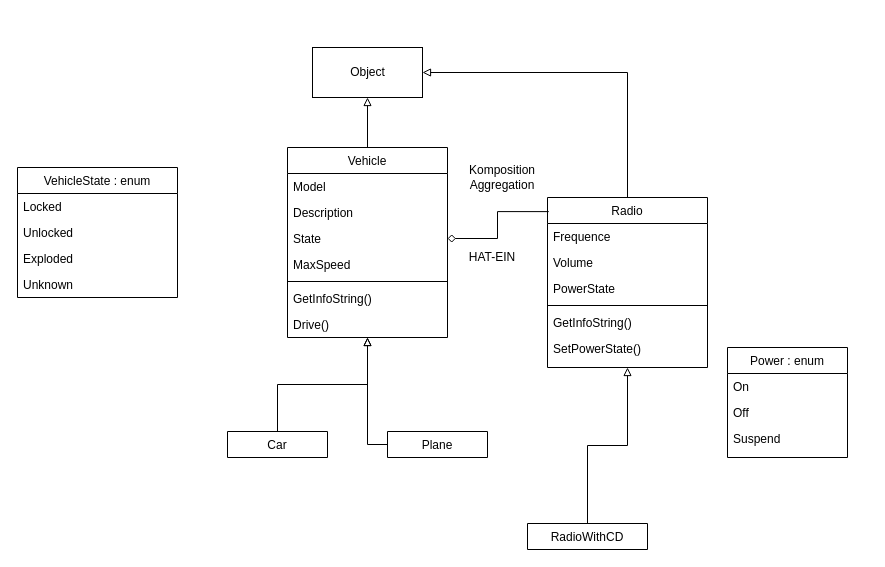
Earlier version of the draw.io diagram page "Seite-4" (4 of 5) of src/20201119/Anforderungen_Diagramme.drawio (atillakati/sw_developer_2020_Atilla). Source tidied: cells renumbered, new cells numbered last; positions are measured from the earlier drawing's top-left corner, leaving out a move shared by most shapes. Both pictures are drawn from the tidied source at 100%, with x=0, y=0 at pixel (17, 47).
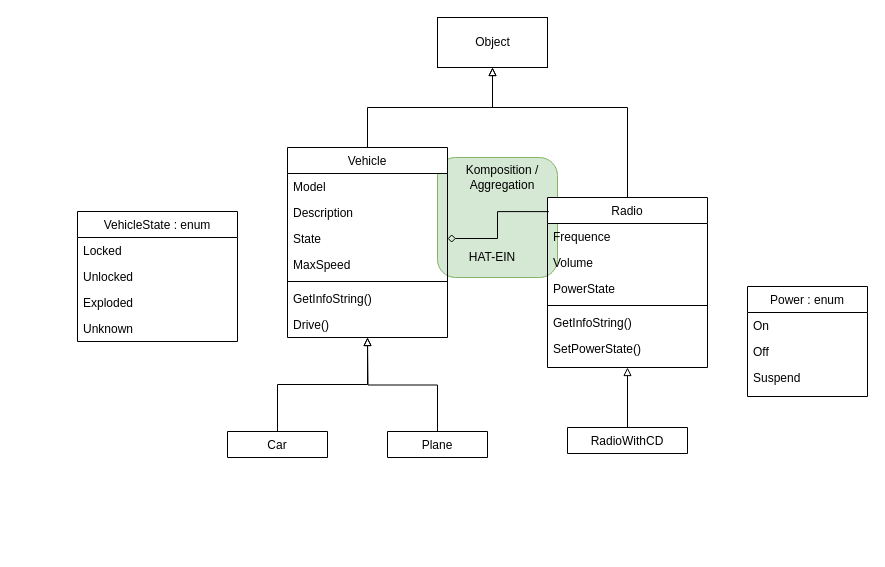
After the change.

The change refers to these unchanged cells:
```xml
<mxCell id="17" value="Radio" style="swimlane;fontStyle=0;align=center;verticalAlign=top;horizontal=1;startSize=26;rounded=0;shadow=0;strokeWidth=1;" parent="1" vertex="1">
  <mxGeometry x="530" y="150" width="160" height="170" as="geometry" />
</mxCell>
<mxCell id="30" value="Plane" style="swimlane;fontStyle=0;align=center;verticalAlign=top;horizontal=1;startSize=26;rounded=0;shadow=0;strokeWidth=1;" parent="1" vertex="1" collapsed="1">
  <mxGeometry x="370" y="384" width="100" height="26" as="geometry" />
</mxCell>
```

What changed in the source:
```diff
@@
+    <mxCell id="38" style="rounded=1;whiteSpace=wrap;html=1;fillColor=#d5e8d4;strokeColor=#82b366;" parent="1" vertex="1">
+      <mxGeometry x="420" y="110" width="120" height="120" as="geometry" />
+    </mxCell>
@@
     <mxCell id="11" value="VehicleState : enum" style="swimlane;fontStyle=0;align=center;verticalAlign=top;horizontal=1;startSize=26;rounded=0;shadow=0;strokeWidth=1;" parent="1" vertex="1">
-      <mxGeometry y="120" width="160" height="130" as="geometry" />
+      <mxGeometry x="60" y="164" width="160" height="130" as="geometry" />
     </mxCell>
@@
-    <mxCell id="16" style="edgeStyle=orthogonalEdgeStyle;rounded=0;jettySize=auto;html=1;entryX=1;entryY=0.5;entryDx=0;entryDy=0;startArrow=none;startFill=0;endArrow=block;endFill=0;" parent="1" edge="1" source="17" target="37">
+    <mxCell id="16" style="edgeStyle=orthogonalEdgeStyle;rounded=0;jettySize=auto;html=1;entryX=0.5;entryY=1;entryDx=0;entryDy=0;startArrow=none;startFill=0;endArrow=block;endFill=0;" parent="1" edge="1" source="17" target="37">
       <mxGeometry relative="1" as="geometry">
         <Array as="points">
-          <mxPoint x="610" y="25" />
+          <mxPoint x="610" y="60" />
+          <mxPoint x="475" y="60" />
         </Array>
       </mxGeometry>
     </mxCell>
@@
     <mxCell id="24" value="Power : enum" style="swimlane;fontStyle=0;align=center;verticalAlign=top;horizontal=1;startSize=26;rounded=0;shadow=0;strokeWidth=1;" parent="1" vertex="1">
-      <mxGeometry x="710" y="300" width="120" height="110" as="geometry" />
+      <mxGeometry x="730" y="239" width="120" height="110" as="geometry" />
     </mxCell>
@@
-    <mxCell id="29" style="edgeStyle=orthogonalEdgeStyle;rounded=0;jettySize=auto;html=1;startArrow=none;startFill=0;endArrow=block;endFill=0;" parent="1" edge="1" source="30">
+    <mxCell id="29" style="edgeStyle=orthogonalEdgeStyle;rounded=0;jettySize=auto;html=1;startArrow=none;startFill=0;endArrow=block;endFill=0;exitX=0.5;exitY=0;exitDx=0;exitDy=0;" parent="1" edge="1" source="30">
       <mxGeometry relative="1" as="geometry">
         <mxPoint x="350" y="290" as="targetPoint" />
       </mxGeometry>
     </mxCell>
@@
     <mxCell id="33" value="RadioWithCD" style="swimlane;fontStyle=0;align=center;verticalAlign=top;horizontal=1;startSize=26;rounded=0;shadow=0;strokeWidth=1;" parent="1" vertex="1" collapsed="1">
-      <mxGeometry x="510" y="476" width="120" height="26" as="geometry" />
+      <mxGeometry x="550" y="380" width="120" height="26" as="geometry" />
     </mxCell>
@@
-    <mxCell id="36" value="Komposition&lt;br&gt;Aggregation" style="text;html=1;strokeColor=none;fillColor=none;align=center;verticalAlign=middle;whiteSpace=wrap;rounded=0;" parent="1" vertex="1">
+    <mxCell id="36" value="Komposition /&lt;br&gt;Aggregation" style="text;html=1;strokeColor=none;fillColor=none;align=center;verticalAlign=middle;whiteSpace=wrap;rounded=0;" parent="1" vertex="1">
       <mxGeometry x="440" y="110" width="90" height="40" as="geometry" />
     </mxCell>
     <mxCell id="37" value="Object" style="html=1;" parent="1" vertex="1">
-      <mxGeometry x="295" width="110" height="50" as="geometry" />
+      <mxGeometry x="420" y="-30" width="110" height="50" as="geometry" />
     </mxCell>
```
